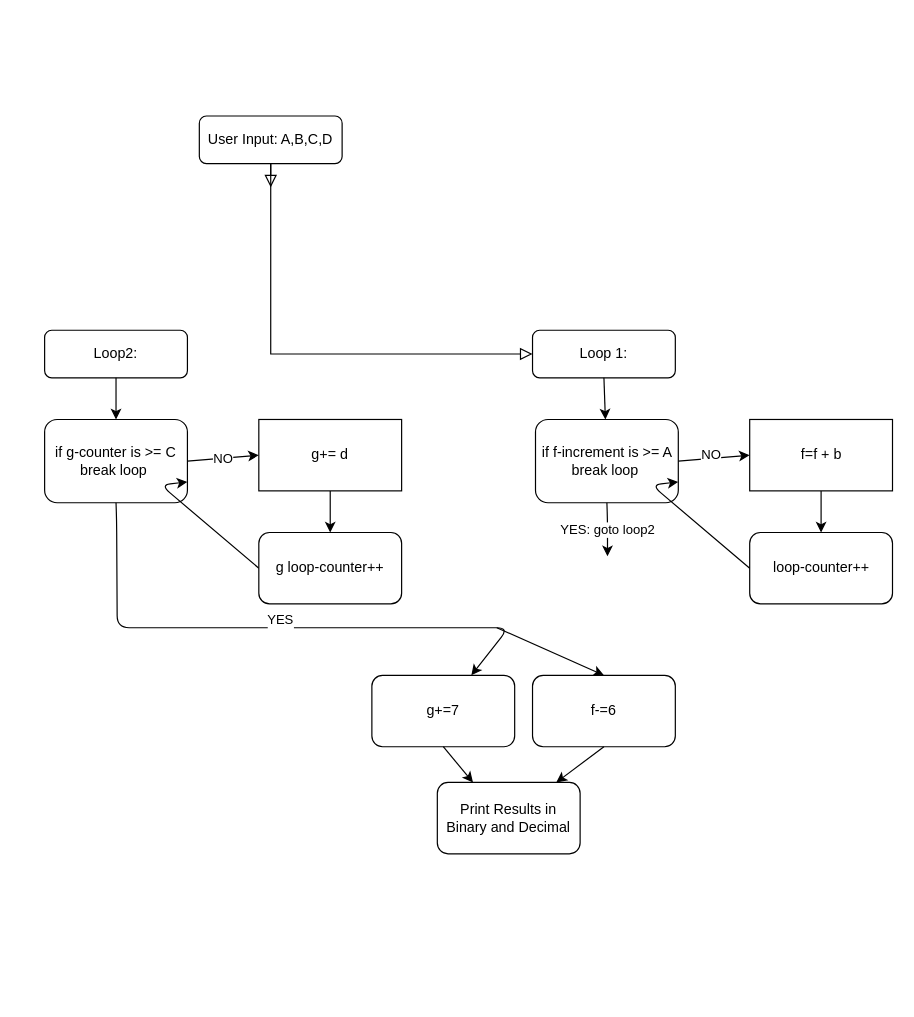
Before: Project 1B Flowchart.drawio in rkoons17/Academic-Projects, a draw.io diagram. Source tidied: cells renumbered, new cells numbered last; positions are measured from the earlier drawing's top-left corner, leaving out a move shared by most shapes. Both pictures are drawn from the tidied source at 119%, with x=0, y=0 at pixel (44, 115).
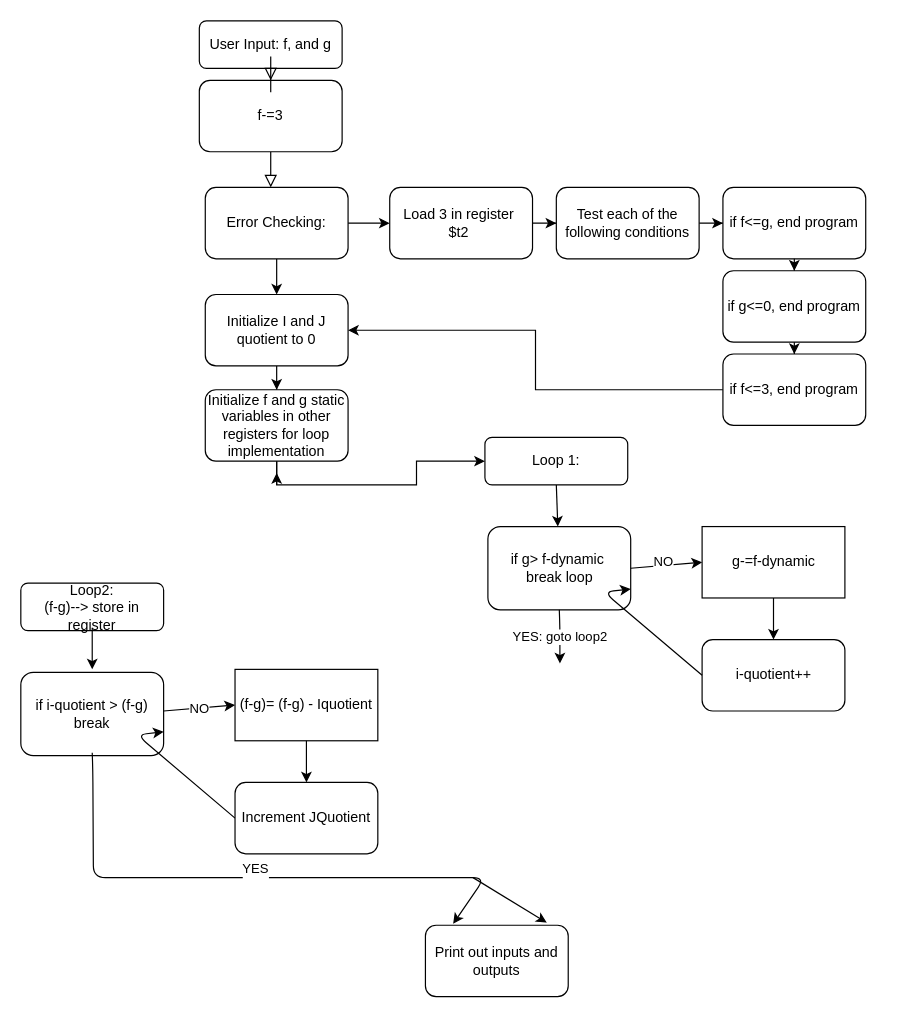
The same diagram, later.

Diff of the diagram source:
```diff
@@
-    <mxCell id="2" style="rounded=0;html=1;jettySize=auto;fontSize=11;endArrow=block;endFill=0;endSize=8;strokeWidth=1;shadow=0;labelBackgroundColor=none;edgeStyle=orthogonalEdgeStyle;" parent="1" edge="1" source="3">
+    <mxCell id="2" style="rounded=0;html=1;jettySize=auto;fontSize=11;endArrow=block;endFill=0;endSize=8;strokeWidth=1;shadow=0;labelBackgroundColor=none;edgeStyle=orthogonalEdgeStyle;" parent="1" edge="1" source="47">
       <mxGeometry relative="1" as="geometry">
         <mxPoint x="190" y="60" as="targetPoint" />
       </mxGeometry>
     </mxCell>
-    <mxCell id="3" value="User Input: A,B,C,D" style="rounded=1;whiteSpace=wrap;html=1;fontSize=12;glass=0;strokeWidth=1;shadow=0;" parent="1" vertex="1">
-      <mxGeometry x="130" width="120" height="40" as="geometry" />
+    <mxCell id="3" value="User Input: f, and g" style="rounded=1;whiteSpace=wrap;html=1;fontSize=12;glass=0;strokeWidth=1;shadow=0;" parent="1" vertex="1">
+      <mxGeometry x="130" y="-80" width="120" height="40" as="geometry" />
     </mxCell>
-    <mxCell id="4" style="edgeStyle=orthogonalEdgeStyle;rounded=0;html=1;jettySize=auto;fontSize=11;endArrow=block;endFill=0;endSize=8;strokeWidth=1;shadow=0;labelBackgroundColor=none;" parent="1" edge="1" target="5">
-      <mxGeometry y="10" relative="1" as="geometry">
-        <mxPoint x="190" y="40" as="sourcePoint" />
-        <Array as="points">
-          <mxPoint x="190" y="200" />
-          <mxPoint x="270" y="200" />
-        </Array>
-      </mxGeometry>
-    </mxCell>
     <mxCell id="5" value="Loop 1:" style="rounded=1;whiteSpace=wrap;html=1;fontSize=12;glass=0;strokeWidth=1;shadow=0;" parent="1" vertex="1">
-      <mxGeometry x="410" y="180" width="120" height="40" as="geometry" />
+      <mxGeometry x="370" y="270" width="120" height="40" as="geometry" />
     </mxCell>
@@
-    <mxCell id="7" value="if f-increment is &amp;gt;= A&lt;br&gt;break loop&amp;nbsp;" style="rounded=1;whiteSpace=wrap;html=1;" parent="1" vertex="1">
-      <mxGeometry x="412.5" y="255" width="120" height="70" as="geometry" />
+    <mxCell id="7" value="if g&amp;gt; f-dynamic&amp;nbsp;&lt;br&gt;break loop" style="rounded=1;whiteSpace=wrap;html=1;" parent="1" vertex="1">
+      <mxGeometry x="372.5" y="345" width="120" height="70" as="geometry" />
     </mxCell>
-    <mxCell id="8" value="f=f + b" style="rounded=0;whiteSpace=wrap;html=1;" parent="1" vertex="1">
-      <mxGeometry x="592.5" y="255" width="120" height="60" as="geometry" />
+    <mxCell id="8" value="g-=f-dynamic" style="rounded=0;whiteSpace=wrap;html=1;" parent="1" vertex="1">
+      <mxGeometry x="552.5" y="345" width="120" height="60" as="geometry" />
     </mxCell>
@@
-    <mxCell id="10" value="loop-counter++" style="rounded=1;whiteSpace=wrap;html=1;" parent="1" vertex="1">
-      <mxGeometry x="592.5" y="350" width="120" height="60" as="geometry" />
+    <mxCell id="10" value="i-quotient++" style="rounded=1;whiteSpace=wrap;html=1;" parent="1" vertex="1">
+      <mxGeometry x="552.5" y="440" width="120" height="60" as="geometry" />
     </mxCell>
     <mxCell id="11" style="endArrow=classic;html=1;exitX=0;exitY=0.5;exitDx=0;exitDy=0;entryX=1;entryY=0.75;entryDx=0;entryDy=0;" parent="1" edge="1" source="10" target="7">
       <mxGeometry relative="1" as="geometry">
         <Array as="points">
-          <mxPoint x="510" y="310" />
+          <mxPoint x="470" y="400" />
         </Array>
       </mxGeometry>
     </mxCell>
@@
     <mxCell id="13" value="YES: goto loop2" style="endArrow=classic;html=1;exitX=0.5;exitY=1;exitDx=0;exitDy=0;" parent="1" edge="1" source="7">
       <mxGeometry relative="1" as="geometry">
-        <mxPoint x="473" y="370" as="targetPoint" />
+        <mxPoint x="433" y="460" as="targetPoint" />
         <Array as="points">
-          <mxPoint x="473" y="340" />
+          <mxPoint x="433" y="430" />
         </Array>
       </mxGeometry>
     </mxCell>
-    <mxCell id="14" value="Loop2:" style="rounded=1;whiteSpace=wrap;html=1;fontSize=12;glass=0;strokeWidth=1;shadow=0;" parent="1" vertex="1">
-      <mxGeometry y="180" width="120" height="40" as="geometry" />
+    <mxCell id="14" value="Loop2:&lt;br&gt;(f-g)--&amp;gt; store in register" style="rounded=1;whiteSpace=wrap;html=1;fontSize=12;glass=0;strokeWidth=1;shadow=0;" parent="1" vertex="1">
+      <mxGeometry x="-20" y="392.5" width="120" height="40" as="geometry" />
     </mxCell>
-    <mxCell id="15" value="if g-counter is &amp;gt;= C&lt;br&gt;break loop&amp;nbsp;" style="rounded=1;whiteSpace=wrap;html=1;" parent="1" vertex="1">
-      <mxGeometry y="255" width="120" height="70" as="geometry" />
+    <mxCell id="15" value="if i-quotient &amp;gt; (f-g)&lt;br&gt;break" style="rounded=1;whiteSpace=wrap;html=1;" parent="1" vertex="1">
+      <mxGeometry x="-20" y="467.5" width="120" height="70" as="geometry" />
     </mxCell>
-    <mxCell id="16" value="g+= d" style="rounded=0;whiteSpace=wrap;html=1;" parent="1" vertex="1">
-      <mxGeometry x="180" y="255" width="120" height="60" as="geometry" />
+    <mxCell id="16" value="(f-g)= (f-g) - Iquotient" style="rounded=0;whiteSpace=wrap;html=1;" parent="1" vertex="1">
+      <mxGeometry x="160" y="465" width="120" height="60" as="geometry" />
     </mxCell>
     <mxCell id="17" style="endArrow=classic;html=1;exitX=0.5;exitY=1;exitDx=0;exitDy=0;" parent="1" edge="1" source="16">
       <mxGeometry relative="1" as="geometry">
-        <mxPoint x="240" y="350" as="targetPoint" />
+        <mxPoint x="220" y="560" as="targetPoint" />
       </mxGeometry>
     </mxCell>
-    <mxCell id="18" style="endArrow=classic;html=1;exitX=0;exitY=0.5;exitDx=0;exitDy=0;entryX=1;entryY=0.75;entryDx=0;entryDy=0;" parent="1" edge="1" target="15">
+    <mxCell id="18" style="endArrow=classic;html=1;exitX=0;exitY=0.5;exitDx=0;exitDy=0;entryX=1;entryY=0.75;entryDx=0;entryDy=0;" parent="1" edge="1">
       <mxGeometry relative="1" as="geometry">
-        <mxPoint x="180" y="380" as="sourcePoint" />
+        <mxPoint x="160" y="590" as="sourcePoint" />
+        <mxPoint x="100" y="517.5" as="targetPoint" />
         <Array as="points">
-          <mxPoint x="97.5" y="310" />
+          <mxPoint x="77.5" y="520" />
         </Array>
       </mxGeometry>
     </mxCell>
-    <mxCell id="19" value="NO" style="endArrow=classic;html=1;exitX=1;exitY=0.5;exitDx=0;exitDy=0;entryX=0;entryY=0.5;entryDx=0;entryDy=0;" parent="1" edge="1" source="15" target="16">
-      <mxGeometry relative="1" as="geometry" />
+    <mxCell id="19" value="NO" style="endArrow=classic;html=1;exitX=1;exitY=0.5;exitDx=0;exitDy=0;entryX=0;entryY=0.5;entryDx=0;entryDy=0;" parent="1" edge="1" target="16">
+      <mxGeometry relative="1" as="geometry">
+        <mxPoint x="100" y="500" as="sourcePoint" />
+      </mxGeometry>
     </mxCell>
-    <mxCell id="20" value="YES&lt;br&gt;&lt;br&gt;" style="endArrow=classic;html=1;exitX=0.5;exitY=1;exitDx=0;exitDy=0;" parent="1" edge="1" source="15" target="23">
+    <mxCell id="20" value="YES&lt;br&gt;&lt;br&gt;" style="endArrow=classic;html=1;exitX=0.5;exitY=1;exitDx=0;exitDy=0;entryX=0.194;entryY=-0.019;entryDx=0;entryDy=0;entryPerimeter=0;" parent="1" edge="1" target="28">
       <mxGeometry relative="1" as="geometry">
+        <mxPoint x="40" y="535" as="sourcePoint" />
         <Array as="points">
-          <mxPoint x="60.5" y="340" />
-          <mxPoint x="61" y="430" />
-          <mxPoint x="230" y="430" />
-          <mxPoint x="390" y="430" />
+          <mxPoint x="40.5" y="550" />
+          <mxPoint x="41" y="640" />
+          <mxPoint x="210" y="640" />
+          <mxPoint x="370" y="640" />
         </Array>
       </mxGeometry>
     </mxCell>
-    <mxCell id="21" style="endArrow=classic;html=1;exitX=0.5;exitY=1;exitDx=0;exitDy=0;entryX=0.5;entryY=0;entryDx=0;entryDy=0;" parent="1" edge="1" source="14" target="15">
-      <mxGeometry relative="1" as="geometry" />
+    <mxCell id="21" style="endArrow=classic;html=1;exitX=0.5;exitY=1;exitDx=0;exitDy=0;entryX=0.5;entryY=0;entryDx=0;entryDy=0;" parent="1" edge="1">
+      <mxGeometry relative="1" as="geometry">
+        <mxPoint x="40" y="430" as="sourcePoint" />
+        <mxPoint x="40" y="465" as="targetPoint" />
+      </mxGeometry>
     </mxCell>
-    <mxCell id="22" value="g loop-counter++" style="rounded=1;whiteSpace=wrap;html=1;" parent="1" vertex="1">
-      <mxGeometry x="180" y="350" width="120" height="60" as="geometry" />
+    <mxCell id="22" value="Increment JQuotient" style="rounded=1;whiteSpace=wrap;html=1;" parent="1" vertex="1">
+      <mxGeometry x="160" y="560" width="120" height="60" as="geometry" />
     </mxCell>
-    <mxCell id="23" value="g+=7" style="rounded=1;whiteSpace=wrap;html=1;" parent="1" vertex="1">
-      <mxGeometry x="275" y="470" width="120" height="60" as="geometry" />
-    </mxCell>
-    <mxCell id="24" value="f-=6" style="rounded=1;whiteSpace=wrap;html=1;" parent="1" vertex="1">
-      <mxGeometry x="410" y="470" width="120" height="60" as="geometry" />
-    </mxCell>
-    <mxCell id="25" style="endArrow=classic;html=1;entryX=0.5;entryY=0;entryDx=0;entryDy=0;" parent="1" edge="1" target="24">
+    <mxCell id="25" style="endArrow=classic;html=1;entryX=0.85;entryY=-0.036;entryDx=0;entryDy=0;entryPerimeter=0;" parent="1" edge="1" target="28">
       <mxGeometry relative="1" as="geometry">
-        <mxPoint x="380" y="430" as="sourcePoint" />
+        <mxPoint x="360" y="640" as="sourcePoint" />
       </mxGeometry>
     </mxCell>
-    <mxCell id="26" style="endArrow=classic;html=1;exitX=0.5;exitY=1;exitDx=0;exitDy=0;entryX=0.25;entryY=0;entryDx=0;entryDy=0;" parent="1" edge="1" source="23" target="28">
-      <mxGeometry relative="1" as="geometry" />
-    </mxCell>
-    <mxCell id="27" style="endArrow=classic;html=1;exitX=0.5;exitY=1;exitDx=0;exitDy=0;" parent="1" edge="1" source="24" target="28">
-      <mxGeometry relative="1" as="geometry" />
-    </mxCell>
-    <mxCell id="28" value="Print Results in Binary and Decimal" style="rounded=1;whiteSpace=wrap;html=1;" parent="1" vertex="1">
-      <mxGeometry x="330" y="560" width="120" height="60" as="geometry" />
+    <mxCell id="28" value="Print out inputs and outputs&lt;br&gt;" style="rounded=1;whiteSpace=wrap;html=1;" parent="1" vertex="1">
+      <mxGeometry x="320" y="680" width="120" height="60" as="geometry" />
     </mxCell>
+    <mxCell id="29" style="edgeStyle=orthogonalEdgeStyle;rounded=0;jettySize=auto;html=1;" parent="1" edge="1" source="31" target="38">
+      <mxGeometry relative="1" as="geometry" />
+    </mxCell>
+    <mxCell id="30" style="edgeStyle=orthogonalEdgeStyle;rounded=0;jettySize=auto;html=1;" parent="1" edge="1" source="31" target="33">
+      <mxGeometry relative="1" as="geometry" />
+    </mxCell>
+    <mxCell id="31" value="Error Checking:" style="rounded=1;whiteSpace=wrap;html=1;" parent="1" vertex="1">
+      <mxGeometry x="135" y="60" width="120" height="60" as="geometry" />
+    </mxCell>
+    <mxCell id="32" style="edgeStyle=orthogonalEdgeStyle;rounded=0;jettySize=auto;html=1;" parent="1" edge="1" source="33" target="35">
+      <mxGeometry relative="1" as="geometry" />
+    </mxCell>
+    <mxCell id="33" value="Initialize I and J quotient to 0" style="rounded=1;whiteSpace=wrap;html=1;" parent="1" vertex="1">
+      <mxGeometry x="135" y="150" width="120" height="60" as="geometry" />
+    </mxCell>
+    <mxCell id="34" style="edgeStyle=orthogonalEdgeStyle;rounded=0;jettySize=auto;html=1;" parent="1" edge="1" source="35">
+      <mxGeometry relative="1" as="geometry">
+        <mxPoint x="195" y="300" as="targetPoint" />
+      </mxGeometry>
+    </mxCell>
+    <mxCell id="35" value="Initialize f and g static variables in other registers for loop implementation&lt;br&gt;" style="rounded=1;whiteSpace=wrap;html=1;" parent="1" vertex="1">
+      <mxGeometry x="135" y="230" width="120" height="60" as="geometry" />
+    </mxCell>
+    <mxCell id="36" style="edgeStyle=orthogonalEdgeStyle;rounded=0;jettySize=auto;html=1;exitX=0.5;exitY=1;exitDx=0;exitDy=0;entryX=0;entryY=0.5;entryDx=0;entryDy=0;" parent="1" edge="1" source="35" target="5">
+      <mxGeometry relative="1" as="geometry" />
+    </mxCell>
+    <mxCell id="37" style="edgeStyle=orthogonalEdgeStyle;rounded=0;jettySize=auto;html=1;" parent="1" edge="1" source="38" target="40">
+      <mxGeometry relative="1" as="geometry" />
+    </mxCell>
+    <mxCell id="38" value="Load 3 in register&amp;nbsp; $t2&amp;nbsp;" style="rounded=1;whiteSpace=wrap;html=1;" parent="1" vertex="1">
+      <mxGeometry x="290" y="60" width="120" height="60" as="geometry" />
+    </mxCell>
+    <mxCell id="39" style="edgeStyle=orthogonalEdgeStyle;rounded=0;jettySize=auto;html=1;" parent="1" edge="1" source="40" target="42">
+      <mxGeometry relative="1" as="geometry" />
+    </mxCell>
+    <mxCell id="40" value="Test each of the following conditions" style="rounded=1;whiteSpace=wrap;html=1;" parent="1" vertex="1">
+      <mxGeometry x="430" y="60" width="120" height="60" as="geometry" />
+    </mxCell>
+    <mxCell id="41" style="edgeStyle=orthogonalEdgeStyle;rounded=0;jettySize=auto;html=1;" parent="1" edge="1" source="42" target="44">
+      <mxGeometry relative="1" as="geometry" />
+    </mxCell>
+    <mxCell id="42" value="if f&amp;lt;=g, end program" style="rounded=1;whiteSpace=wrap;html=1;" parent="1" vertex="1">
+      <mxGeometry x="570" y="60" width="120" height="60" as="geometry" />
+    </mxCell>
+    <mxCell id="43" style="edgeStyle=orthogonalEdgeStyle;rounded=0;jettySize=auto;html=1;" parent="1" edge="1" source="44" target="46">
+      <mxGeometry relative="1" as="geometry" />
+    </mxCell>
+    <mxCell id="44" value="if g&amp;lt;=0, end program" style="rounded=1;whiteSpace=wrap;html=1;" parent="1" vertex="1">
+      <mxGeometry x="570" y="130" width="120" height="60" as="geometry" />
+    </mxCell>
+    <mxCell id="45" style="edgeStyle=orthogonalEdgeStyle;rounded=0;jettySize=auto;html=1;exitX=0;exitY=0.5;exitDx=0;exitDy=0;entryX=1;entryY=0.5;entryDx=0;entryDy=0;" parent="1" edge="1" source="46" target="33">
+      <mxGeometry relative="1" as="geometry" />
+    </mxCell>
+    <mxCell id="46" value="if f&amp;lt;=3, end program" style="rounded=1;whiteSpace=wrap;html=1;" parent="1" vertex="1">
+      <mxGeometry x="570" y="200" width="120" height="60" as="geometry" />
+    </mxCell>
+    <mxCell id="47" value="f-=3" style="rounded=1;whiteSpace=wrap;html=1;" parent="1" vertex="1">
+      <mxGeometry x="130" y="-30" width="120" height="60" as="geometry" />
+    </mxCell>
+    <mxCell id="48" style="rounded=0;html=1;jettySize=auto;fontSize=11;endArrow=block;endFill=0;endSize=8;strokeWidth=1;shadow=0;labelBackgroundColor=none;edgeStyle=orthogonalEdgeStyle;" parent="1" edge="1" source="3" target="47">
+      <mxGeometry relative="1" as="geometry" />
+    </mxCell>
```
